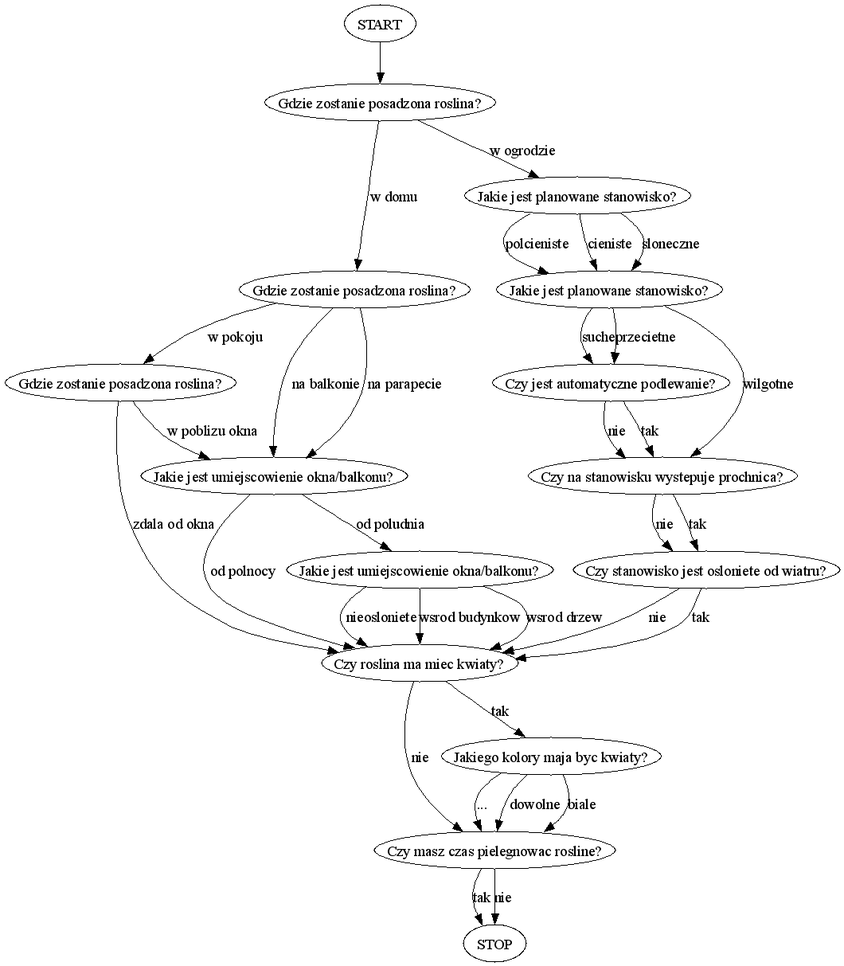
TripleEmcoder/Archive keeps this Graphviz diagram as si/questions.png. Above is the earlier version. Its source is kept beside it as si/questions.dot.
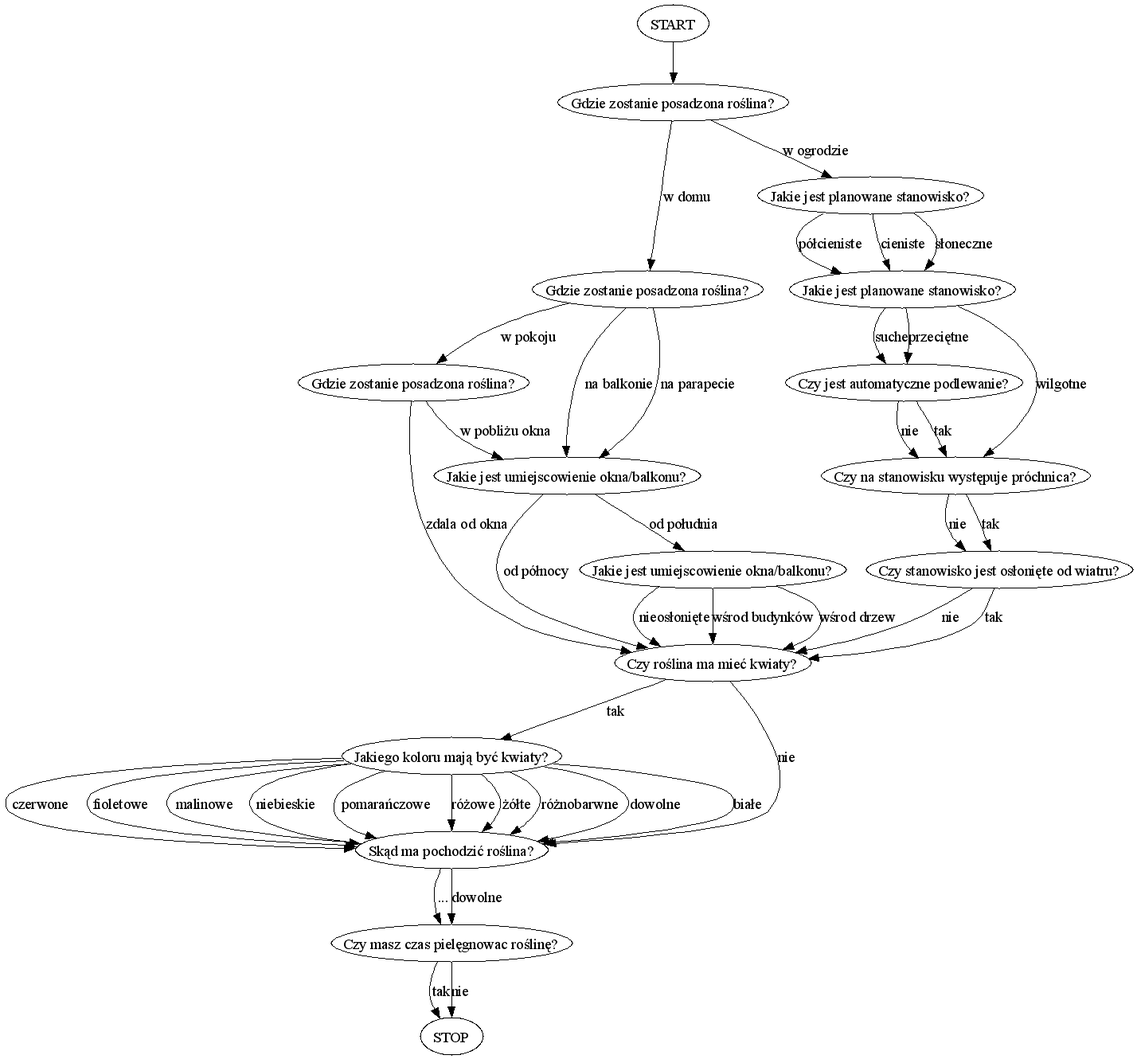
The same file after the commit.

What changed in the source:
```diff
@@ -1,18 +1,19 @@
 digraph
 {
-	lokalizacja1    [ label = "Gdzie zostanie posadzona roslina?"        ];
-	lokalizacja2    [ label = "Gdzie zostanie posadzona roslina?"        ];
-	lokalizacja3    [ label = "Gdzie zostanie posadzona roslina?"        ];
+	lokalizacja1    [ label = "Gdzie zostanie posadzona roślina?"        ];
+	lokalizacja2    [ label = "Gdzie zostanie posadzona roślina?"        ];
+	lokalizacja3    [ label = "Gdzie zostanie posadzona roślina?"        ];
 	orientacja      [ label = "Jakie jest umiejscowienie okna/balkonu?"  ];
-	zasloniecie     [ label = "Jakie jest umiejscowienie okna/balkonu?"  ];
-	pielegnacja     [ label = "Czy masz czas pielegnowac rosline?"       ];
-	naslonecznienie [ label = "Jakie jest planowane stanowisko?"         ];
-	wilgotnosc      [ label = "Jakie jest planowane stanowisko?"         ];
+	osłonięcie1     [ label = "Jakie jest umiejscowienie okna/balkonu?"  ];
+	pielęgnacja     [ label = "Czy masz czas pielęgnowac roślinę?"       ];
+	nasłonecznienie [ label = "Jakie jest planowane stanowisko?"         ];
+	wilgotność      [ label = "Jakie jest planowane stanowisko?"         ];
 	sikawki         [ label = "Czy jest automatyczne podlewanie?"        ];
-	prochnica       [ label = "Czy na stanowisku wystepuje prochnica?"   ];
-	osloniecie      [ label = "Czy stanowisko jest osloniete od wiatru?" ];
-	kwiaty          [ label = "Czy roslina ma miec kwiaty?"              ];
-	kolor           [ label = "Jakiego kolory maja byc kwiaty?"          ];
+	próchnica       [ label = "Czy na stanowisku występuje próchnica?"   ];
+	osłonięcie2     [ label = "Czy stanowisko jest osłonięte od wiatru?" ];
+	kwiaty          [ label = "Czy roślina ma mieć kwiaty?"              ];
+	kolor           [ label = "Jakiego koloru mają być kwiaty?"          ];
+	pochodzenie     [ label = "Skąd ma pochodzić roślina?"               ];
 
 	START           -> lokalizacja1
 
@@ -20,33 +21,42 @@
 	lokalizacja2    -> orientacja      [ label = "na balkonie"    ];
 	lokalizacja2    -> orientacja      [ label = "na parapecie"   ];
 	lokalizacja2    -> lokalizacja3    [ label = "w pokoju"       ];
-	orientacja      -> kwiaty          [ label = "od polnocy"     ];
-	orientacja      -> zasloniecie     [ label = "od poludnia"    ];
-	lokalizacja3    -> orientacja      [ label = "w poblizu okna" ];
+	orientacja      -> kwiaty          [ label = "od północy"     ];
+	orientacja      -> osłonięcie1     [ label = "od południa"    ];
+	lokalizacja3    -> orientacja      [ label = "w pobliżu okna" ];
 	lokalizacja3    -> kwiaty          [ label = "zdala od okna"  ];
-	zasloniecie     -> kwiaty          [ label = "wsrod budynkow" ];
-	zasloniecie     -> kwiaty          [ label = "wsrod drzew"    ];
-	zasloniecie     -> kwiaty          [ label = "nieosloniete"   ];
+	osłonięcie1     -> kwiaty          [ label = "wśrod budynków" ];
+	osłonięcie1     -> kwiaty          [ label = "wśrod drzew"    ];
+	osłonięcie1     -> kwiaty          [ label = "nieosłonięte"   ];
 
-	lokalizacja1    -> naslonecznienie [ label = "w ogrodzie"     ];
-	naslonecznienie -> wilgotnosc      [ label = "sloneczne"      ];
-	naslonecznienie -> wilgotnosc      [ label = "polcieniste"    ];
-	naslonecznienie -> wilgotnosc      [ label = "cieniste"       ];
-	wilgotnosc      -> prochnica       [ label = "wilgotne"       ];
-	wilgotnosc      -> sikawki         [ label = "suche"          ];
-	wilgotnosc      -> sikawki         [ label = "przecietne"     ];
-	sikawki         -> prochnica       [ label = "tak"            ];
-	sikawki         -> prochnica       [ label = "nie"            ];
-	prochnica       -> osloniecie      [ label = "tak"            ];
-	prochnica       -> osloniecie      [ label = "nie"            ];
-	osloniecie      -> kwiaty          [ label = "tak"            ];
-	osloniecie      -> kwiaty          [ label = "nie"            ];
+	lokalizacja1    -> nasłonecznienie [ label = "w ogrodzie"     ];
+	nasłonecznienie -> wilgotność      [ label = "słoneczne"      ];
+	nasłonecznienie -> wilgotność      [ label = "półcieniste"    ];
+	nasłonecznienie -> wilgotność      [ label = "cieniste"       ];
+	wilgotność      -> próchnica       [ label = "wilgotne"       ];
+	wilgotność      -> sikawki         [ label = "suche"          ];
+	wilgotność      -> sikawki         [ label = "przeciętne"     ];
+	sikawki         -> próchnica       [ label = "tak"            ];
+	sikawki         -> próchnica       [ label = "nie"            ];
+	próchnica       -> osłonięcie2     [ label = "tak"            ];
+	próchnica       -> osłonięcie2     [ label = "nie"            ];
+	osłonięcie2     -> kwiaty          [ label = "tak"            ];
+	osłonięcie2     -> kwiaty          [ label = "nie"            ];
 
 	kwiaty          -> kolor           [ label = "tak"            ];
-	kwiaty          -> pielegnacja     [ label = "nie"            ];
-	kolor           -> pielegnacja     [ label = "biale"          ];
-	kolor           -> pielegnacja     [ label = "..."            ];
-	kolor           -> pielegnacja     [ label = "dowolne"        ];
-	pielegnacja     -> STOP            [ label = "tak"            ];
-	pielegnacja     -> STOP            [ label = "nie"            ];
+	kwiaty          -> pochodzenie     [ label = "nie"            ];
+	kolor           -> pochodzenie     [ label = "białe"          ];
+	kolor           -> pochodzenie     [ label = "czerwone"       ];
+	kolor           -> pochodzenie     [ label = "fioletowe"      ];
+	kolor           -> pochodzenie     [ label = "malinowe"       ];
+	kolor           -> pochodzenie     [ label = "niebieskie"     ];
+	kolor           -> pochodzenie     [ label = "pomarańczowe"   ];
+	kolor           -> pochodzenie     [ label = "różowe"         ];
+	kolor           -> pochodzenie     [ label = "żółte"          ];
+	kolor           -> pochodzenie     [ label = "różnobarwne"    ];
+	kolor           -> pochodzenie     [ label = "dowolne"        ];
+	pochodzenie     -> pielęgnacja     [ label = "..."            ];
+	pochodzenie     -> pielęgnacja     [ label = "dowolne"        ];
+	pielęgnacja     -> STOP            [ label = "tak"            ];
+	pielęgnacja     -> STOP            [ label = "nie"            ];
 }
```
